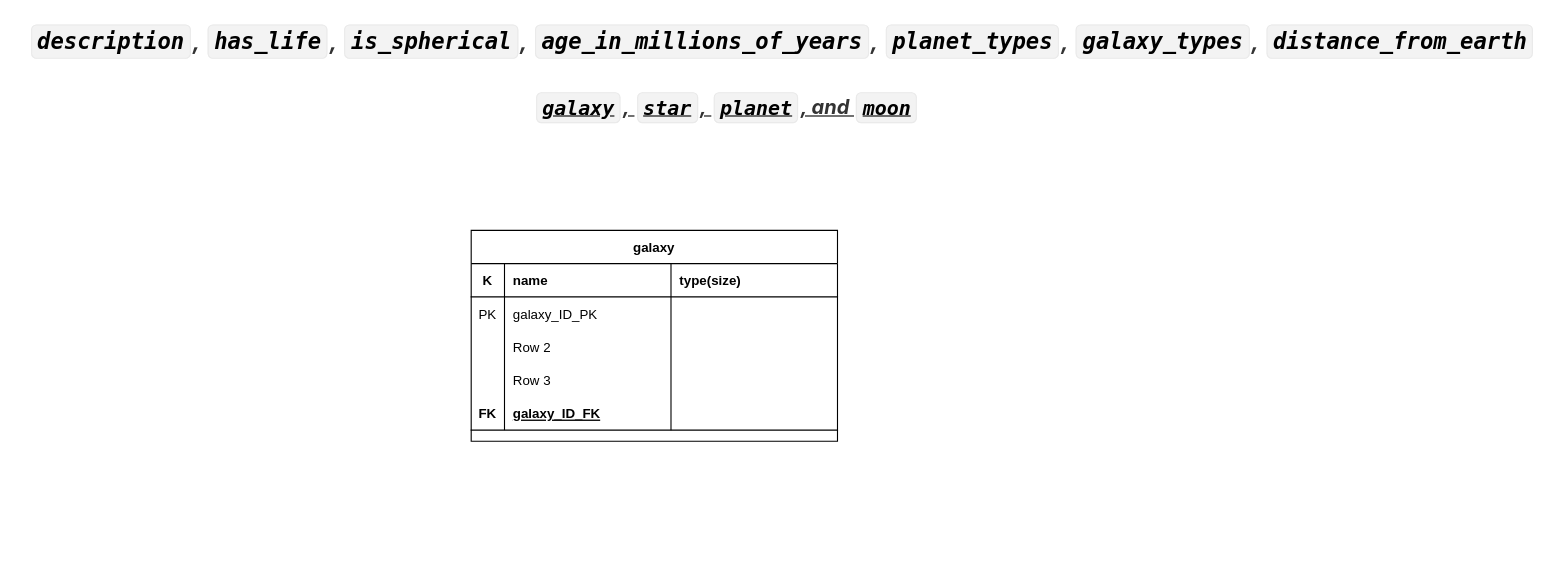
The draw.io diagram celestial_schema Diagram.drawio in archenemy1996/00001, before the edit. Source tidied: cells renumbered, new cells numbered last; positions are measured from the earlier drawing's top-left corner, leaving out a move shared by most shapes. Both pictures are drawn from the tidied source at 111%, with x=0, y=0 at pixel (71, 19).
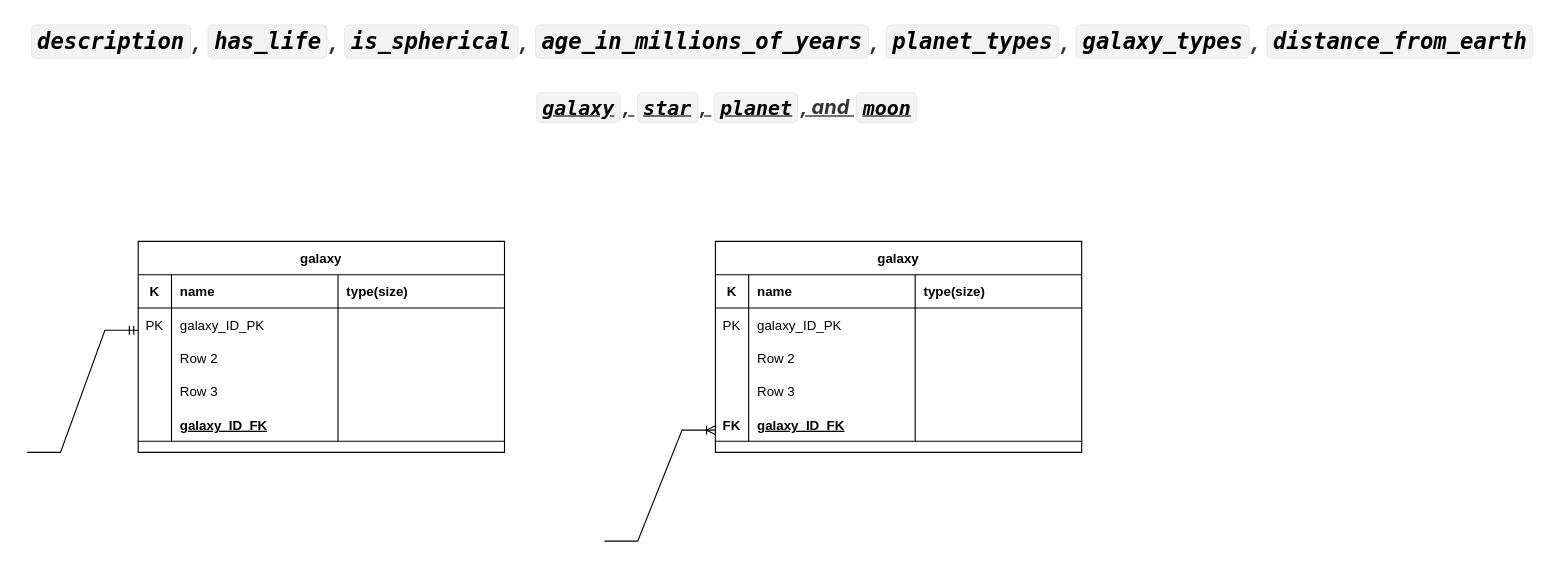
The same diagram, later.

Unchanged cells that the change refers to:
```xml
<mxCell id="19" style="shape=tableRow;horizontal=0;startSize=0;swimlaneHead=0;swimlaneBody=0;fillColor=none;top=0;left=0;right=0;bottom=1;" parent="2" vertex="1">
  <mxGeometry y="150" width="330" height="30" as="geometry" />
</mxCell>
```

What changed in the source:
```diff
@@
     <mxCell id="2" value="galaxy" style="shape=table;startSize=30;childLayout=tableLayout;rowLines=0;fontStyle=1;align=center;" parent="1" vertex="1">
-      <mxGeometry x="360" y="190" width="330" height="190" as="geometry" />
+      <mxGeometry x="60" y="200" width="330" height="190" as="geometry" />
     </mxCell>
@@
-    <mxCell id="20" value="FK" style="shape=partialRectangle;fillColor=none;top=0;left=0;bottom=0;right=0;fontStyle=1;overflow=hidden;" parent="19" vertex="1">
+    <mxCell id="20" style="shape=partialRectangle;fillColor=none;top=0;left=0;bottom=0;right=0;fontStyle=1;overflow=hidden;" parent="19" vertex="1">
       <mxGeometry width="30" height="30" as="geometry" />
     </mxCell>
@@
+    <mxCell id="25" value="galaxy" style="shape=table;startSize=30;childLayout=tableLayout;rowLines=0;fontStyle=1;align=center;" parent="1" vertex="1">
+      <mxGeometry x="580" y="200" width="330" height="190" as="geometry" />
+    </mxCell>
+    <mxCell id="26" style="shape=tableRow;horizontal=0;startSize=0;swimlaneHead=0;swimlaneBody=0;fillColor=none;top=0;left=0;right=0;bottom=1;" parent="25" vertex="1">
+      <mxGeometry y="30" width="330" height="30" as="geometry" />
+    </mxCell>
+    <mxCell id="27" value="K" style="shape=partialRectangle;fillColor=none;top=0;left=0;bottom=0;right=0;fontStyle=1;overflow=hidden;" parent="26" vertex="1">
+      <mxGeometry width="30" height="30" as="geometry" />
+    </mxCell>
+    <mxCell id="28" value="name" style="shape=partialRectangle;fillColor=none;top=0;left=0;bottom=0;right=0;align=left;spacingLeft=6;fontStyle=1;overflow=hidden;" parent="26" vertex="1">
+      <mxGeometry x="30" width="150" height="30" as="geometry" />
+    </mxCell>
+    <mxCell id="29" value="type(size)" style="shape=partialRectangle;fillColor=none;top=0;left=0;bottom=0;right=0;align=left;spacingLeft=6;fontStyle=1;overflow=hidden;" parent="26" vertex="1">
+      <mxGeometry x="180" width="150" height="30" as="geometry" />
+    </mxCell>
+    <mxCell id="30" style="shape=tableRow;horizontal=0;startSize=0;swimlaneHead=0;swimlaneBody=0;fillColor=none;top=0;left=0;right=0;bottom=0;" parent="25" vertex="1">
+      <mxGeometry y="60" width="330" height="30" as="geometry" />
+    </mxCell>
+    <mxCell id="31" value="PK" style="shape=partialRectangle;fillColor=none;top=0;left=0;bottom=0;right=0;overflow=hidden;" parent="30" vertex="1">
+      <mxGeometry width="30" height="30" as="geometry" />
+    </mxCell>
+    <mxCell id="32" value="galaxy_ID_PK" style="shape=partialRectangle;fillColor=none;top=0;left=0;bottom=0;right=0;align=left;spacingLeft=6;overflow=hidden;" parent="30" vertex="1">
+      <mxGeometry x="30" width="150" height="30" as="geometry" />
+    </mxCell>
+    <mxCell id="33" style="shape=partialRectangle;fillColor=none;top=0;left=0;bottom=0;right=0;align=left;spacingLeft=6;overflow=hidden;" parent="30" vertex="1">
+      <mxGeometry x="180" width="150" height="30" as="geometry" />
+    </mxCell>
+    <mxCell id="34" style="shape=tableRow;horizontal=0;startSize=0;swimlaneHead=0;swimlaneBody=0;fillColor=none;top=0;left=0;right=0;bottom=0;" parent="25" vertex="1">
+      <mxGeometry y="90" width="330" height="30" as="geometry" />
+    </mxCell>
+    <mxCell id="35" style="shape=partialRectangle;fillColor=none;top=0;left=0;bottom=0;right=0;overflow=hidden;" parent="34" vertex="1">
+      <mxGeometry width="30" height="30" as="geometry" />
+    </mxCell>
+    <mxCell id="36" value="Row 2" style="shape=partialRectangle;fillColor=none;top=0;left=0;bottom=0;right=0;align=left;spacingLeft=6;overflow=hidden;" parent="34" vertex="1">
+      <mxGeometry x="30" width="150" height="30" as="geometry" />
+    </mxCell>
+    <mxCell id="37" style="shape=partialRectangle;fillColor=none;top=0;left=0;bottom=0;right=0;align=left;spacingLeft=6;overflow=hidden;" parent="34" vertex="1">
+      <mxGeometry x="180" width="150" height="30" as="geometry" />
+    </mxCell>
+    <mxCell id="38" style="shape=tableRow;horizontal=0;startSize=0;swimlaneHead=0;swimlaneBody=0;fillColor=none;top=0;left=0;right=0;bottom=0;" parent="25" vertex="1">
+      <mxGeometry y="120" width="330" height="30" as="geometry" />
+    </mxCell>
+    <mxCell id="39" style="shape=partialRectangle;fillColor=none;top=0;left=0;bottom=0;right=0;overflow=hidden;" parent="38" vertex="1">
+      <mxGeometry width="30" height="30" as="geometry" />
+    </mxCell>
+    <mxCell id="40" value="Row 3" style="shape=partialRectangle;fillColor=none;top=0;left=0;bottom=0;right=0;align=left;spacingLeft=6;overflow=hidden;" parent="38" vertex="1">
+      <mxGeometry x="30" width="150" height="30" as="geometry" />
+    </mxCell>
+    <mxCell id="41" style="shape=partialRectangle;fillColor=none;top=0;left=0;bottom=0;right=0;align=left;spacingLeft=6;overflow=hidden;" parent="38" vertex="1">
+      <mxGeometry x="180" width="150" height="30" as="geometry" />
+    </mxCell>
+    <mxCell id="42" style="shape=tableRow;horizontal=0;startSize=0;swimlaneHead=0;swimlaneBody=0;fillColor=none;top=0;left=0;right=0;bottom=1;" parent="25" vertex="1">
+      <mxGeometry y="150" width="330" height="30" as="geometry" />
+    </mxCell>
+    <mxCell id="43" value="FK" style="shape=partialRectangle;fillColor=none;top=0;left=0;bottom=0;right=0;fontStyle=1;overflow=hidden;" parent="42" vertex="1">
+      <mxGeometry width="30" height="30" as="geometry" />
+    </mxCell>
+    <mxCell id="44" value="galaxy_ID_FK" style="shape=partialRectangle;fillColor=none;top=0;left=0;bottom=0;right=0;align=left;spacingLeft=6;fontStyle=5;overflow=hidden;" parent="42" vertex="1">
+      <mxGeometry x="30" width="150" height="30" as="geometry" />
+    </mxCell>
+    <mxCell id="45" style="shape=partialRectangle;fillColor=none;top=0;left=0;bottom=0;right=0;align=left;spacingLeft=6;fontStyle=5;overflow=hidden;" parent="42" vertex="1">
+      <mxGeometry x="180" width="150" height="30" as="geometry" />
+    </mxCell>
+    <mxCell id="46" style="edgeStyle=entityRelationEdgeStyle;fontSize=12;html=1;endArrow=ERoneToMany;rounded=0;strokeColor=#000000;" parent="1" edge="1">
+      <mxGeometry relative="1" as="geometry">
+        <mxPoint x="480" y="470" as="sourcePoint" />
+        <mxPoint x="580" y="370" as="targetPoint" />
+      </mxGeometry>
+    </mxCell>
+    <mxCell id="47" style="edgeStyle=entityRelationEdgeStyle;fontSize=12;html=1;endArrow=ERmandOne;rounded=0;" parent="1" edge="1">
+      <mxGeometry relative="1" as="geometry">
+        <mxPoint x="-40" y="390" as="sourcePoint" />
+        <mxPoint x="60" y="280" as="targetPoint" />
+      </mxGeometry>
+    </mxCell>
```
